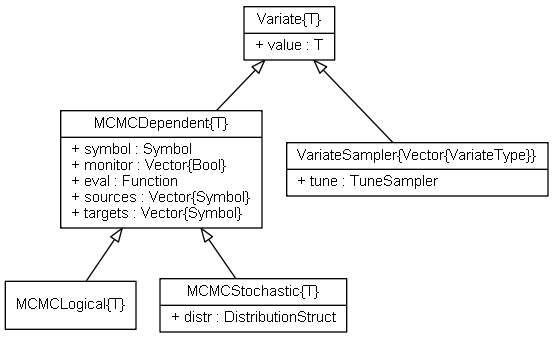
This is doc/images/variateUML.png from brian-j-smith/Mamba.jl, a Graphviz export, as it was before one commit. Its source is kept beside it as doc/images/variateUML.dot.
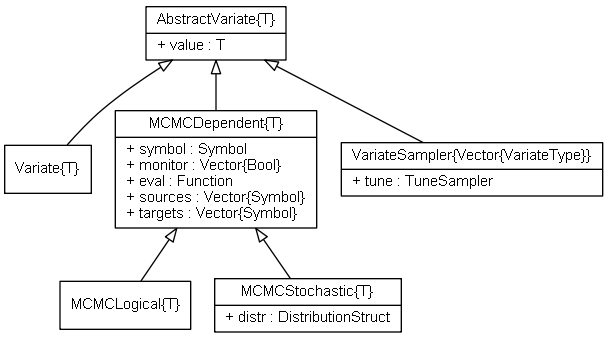
The same file after the commit.

The edit, as a diff of the source:
```diff
@@ -6,7 +6,9 @@
 
 	edge [fontname = "Helvetica", fontsize = 11, dir = back, arrowtail = empty]
 
-	Variate [label = "{Variate\{T\}|+ value : T\l}"]
+	AbstractVariate [label = "{AbstractVariate\{T\}|+ value : T\l}"]
+
+	Variate [label = "{Variate\{T\}}"]
 
 	MCMCDependent [label = "{MCMCDependent\{T\}|+ symbol : Symbol\l+ monitor : Vector\{Bool\}\l+ eval : Function\l+ sources : Vector\{Symbol\}\l+ targets : Vector\{Symbol\}\l}"]
 
@@ -16,9 +18,10 @@
 
 	VariateSampler [label = "{VariateSampler\{Vector\{VariateType\}\}|+ tune : TuneSampler\l}"]
 
-	Variate -> MCMCDependent
+	AbstractVariate -> Variate
+	AbstractVariate -> MCMCDependent
 	MCMCDependent -> MCMCLogical
 	MCMCDependent -> MCMCStochastic
-	Variate -> VariateSampler
+	AbstractVariate -> VariateSampler
 
 }
```
